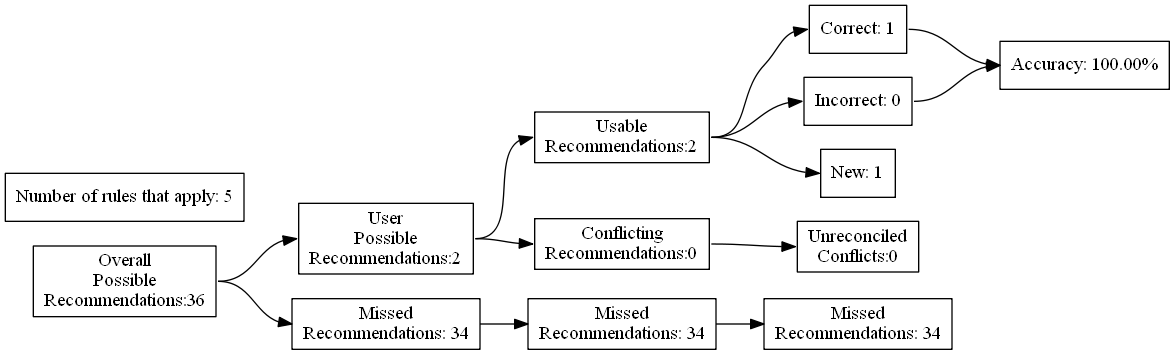
ZaxR/ibd_diet_analysis keeps this Graphviz diagram as test_renders/84.gv.png. Above is the earlier version. Its source is kept beside it as test_renders/84.gv. Its diagram source:
```dot
digraph {
	graph [rankdir=LR]
	node [pos=r shape=box]
	edge [headport=w tailport=e]
		A [label="Overall
Possible
Recommendations:36"]
		B [label="User
Possible
Recommendations:2"]
		C [label="Missed
Recommendations: 34"]
		D [label="Usable
Recommendations:2"]
		E [label="Conflicting
Recommendations:0"]
		J [label="Missed
Recommendations: 34"]
		M [label="Unreconciled
Conflicts:0"]
		F [label="Correct: 1"]
		G [label="Incorrect: 0"]
		H [label="New: 1"]
		K [label="Missed
Recommendations: 34"]
		I [label="Accuracy: 100.00%"]
		l [label="Number of rules that apply: 5"]
			A -> B
			A -> C
			B -> D
			B -> E
			D -> F
			D -> G
			D -> H
			F -> I
			G -> I
			C -> J
			J -> K
			E -> M
}
```
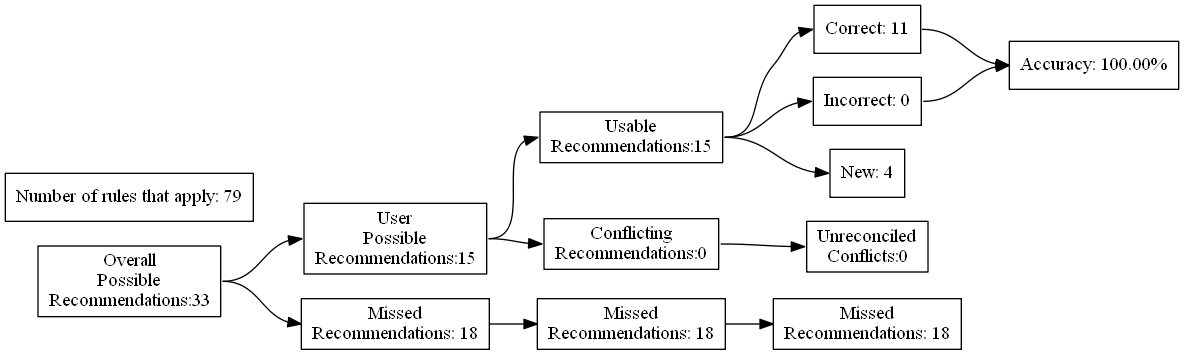
The same diagram one commit later.

Diff of the diagram source:
```diff
@@ -4,27 +4,27 @@
 	edge [headport=w tailport=e]
 		A [label="Overall
 Possible
-Recommendations:36"]
+Recommendations:33"]
 		B [label="User
 Possible
-Recommendations:2"]
+Recommendations:15"]
 		C [label="Missed
-Recommendations: 34"]
+Recommendations: 18"]
 		D [label="Usable
-Recommendations:2"]
+Recommendations:15"]
 		E [label="Conflicting
 Recommendations:0"]
 		J [label="Missed
-Recommendations: 34"]
+Recommendations: 18"]
 		M [label="Unreconciled
 Conflicts:0"]
-		F [label="Correct: 1"]
+		F [label="Correct: 11"]
 		G [label="Incorrect: 0"]
-		H [label="New: 1"]
+		H [label="New: 4"]
 		K [label="Missed
-Recommendations: 34"]
+Recommendations: 18"]
 		I [label="Accuracy: 100.00%"]
-		l [label="Number of rules that apply: 5"]
+		l [label="Number of rules that apply: 79"]
 			A -> B
 			A -> C
 			B -> D
```
